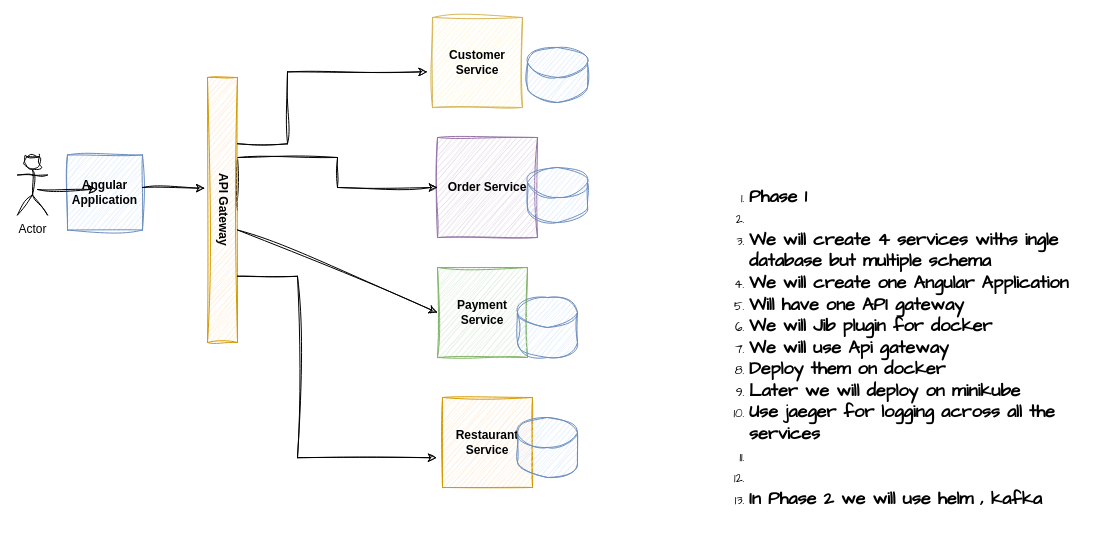
Before: e-commerce.drawio in prakashrungta/streams-demo, a draw.io diagram. Source tidied: cells renumbered, new cells numbered last; positions are measured from the earlier drawing's top-left corner, leaving out a move shared by most shapes. Both pictures are drawn from the tidied source at 100%, with x=0, y=0 at pixel (17, 17).
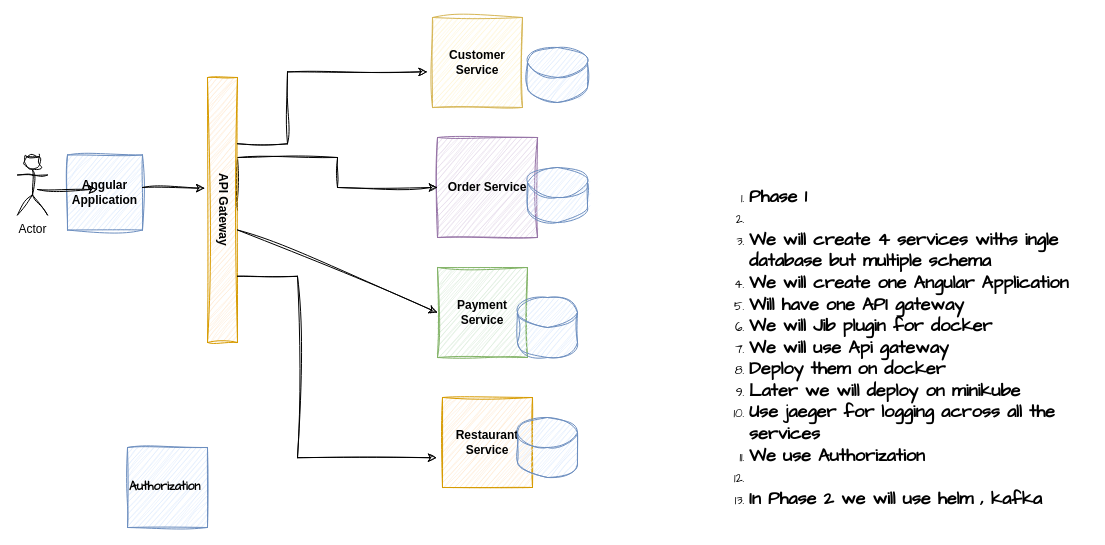
Above is the later version.

Diff of the diagram source:
```diff
@@
-    <mxCell id="19" value="&lt;ol&gt;&lt;li&gt;&lt;b&gt;&lt;font style=&quot;font-size: 18px;&quot;&gt;Phase 1&amp;nbsp;&lt;/font&gt;&lt;/b&gt;&lt;/li&gt;&lt;li&gt;&lt;b style=&quot;background-color: transparent; color: light-dark(rgb(0, 0, 0), rgb(255, 255, 255));&quot;&gt;&lt;font style=&quot;font-size: 18px;&quot;&gt;&lt;br&gt;&lt;/font&gt;&lt;/b&gt;&lt;/li&gt;&lt;li&gt;&lt;b style=&quot;background-color: transparent; color: light-dark(rgb(0, 0, 0), rgb(255, 255, 255));&quot;&gt;&lt;font style=&quot;font-size: 18px;&quot;&gt;We will create 4 services withs ingle database but multiple schema&lt;/font&gt;&lt;/b&gt;&lt;/li&gt;&lt;li&gt;&lt;b&gt;&lt;font style=&quot;font-size: 18px;&quot;&gt;We will create one Angular Application&lt;/font&gt;&lt;/b&gt;&lt;/li&gt;&lt;li&gt;&lt;b&gt;&lt;font style=&quot;font-size: 18px;&quot;&gt;Will have one API gateway&amp;nbsp;&lt;/font&gt;&lt;/b&gt;&lt;/li&gt;&lt;li&gt;&lt;b&gt;&lt;font style=&quot;font-size: 18px;&quot;&gt;We will Jib plugin for docker&lt;/font&gt;&lt;/b&gt;&lt;/li&gt;&lt;li&gt;&lt;b&gt;&lt;font style=&quot;font-size: 18px;&quot;&gt;We will use Api gateway&lt;/font&gt;&lt;/b&gt;&lt;/li&gt;&lt;li&gt;&lt;span style=&quot;font-size: 18px;&quot;&gt;&lt;b&gt;Deploy them on docker&lt;/b&gt;&lt;/span&gt;&lt;/li&gt;&lt;li&gt;&lt;b style=&quot;font-size: 18px; background-color: transparent; color: light-dark(rgb(0, 0, 0), rgb(255, 255, 255));&quot;&gt;Later we will deploy on minikube&lt;/b&gt;&lt;/li&gt;&lt;li&gt;&lt;b style=&quot;font-size: 18px; background-color: transparent; color: light-dark(rgb(0, 0, 0), rgb(255, 255, 255));&quot;&gt;Use jaeger for logging across all the services&lt;/b&gt;&lt;/li&gt;&lt;li&gt;&lt;b style=&quot;font-size: 18px; background-color: transparent; color: light-dark(rgb(0, 0, 0), rgb(255, 255, 255));&quot;&gt;&lt;br&gt;&lt;/b&gt;&lt;/li&gt;&lt;li&gt;&lt;b style=&quot;font-size: 18px; background-color: transparent; color: light-dark(rgb(0, 0, 0), rgb(255, 255, 255));&quot;&gt;&lt;br&gt;&lt;/b&gt;&lt;/li&gt;&lt;li&gt;&lt;b style=&quot;font-size: 18px; background-color: transparent; color: light-dark(rgb(0, 0, 0), rgb(255, 255, 255));&quot;&gt;In Phase 2 we will use helm , kafka&lt;/b&gt;&lt;/li&gt;&lt;/ol&gt;" style="text;html=1;align=left;verticalAlign=middle;whiteSpace=wrap;rounded=0;fontFamily=Architects Daughter;" parent="1" vertex="1">
+    <mxCell id="19" value="&lt;ol&gt;&lt;li&gt;&lt;b&gt;&lt;font style=&quot;font-size: 18px;&quot;&gt;Phase 1&amp;nbsp;&lt;/font&gt;&lt;/b&gt;&lt;/li&gt;&lt;li&gt;&lt;b style=&quot;background-color: transparent; color: light-dark(rgb(0, 0, 0), rgb(255, 255, 255));&quot;&gt;&lt;font style=&quot;font-size: 18px;&quot;&gt;&lt;br&gt;&lt;/font&gt;&lt;/b&gt;&lt;/li&gt;&lt;li&gt;&lt;b style=&quot;background-color: transparent; color: light-dark(rgb(0, 0, 0), rgb(255, 255, 255));&quot;&gt;&lt;font style=&quot;font-size: 18px;&quot;&gt;We will create 4 services withs ingle database but multiple schema&lt;/font&gt;&lt;/b&gt;&lt;/li&gt;&lt;li&gt;&lt;b&gt;&lt;font style=&quot;font-size: 18px;&quot;&gt;We will create one Angular Application&lt;/font&gt;&lt;/b&gt;&lt;/li&gt;&lt;li&gt;&lt;b&gt;&lt;font style=&quot;font-size: 18px;&quot;&gt;Will have one API gateway&amp;nbsp;&lt;/font&gt;&lt;/b&gt;&lt;/li&gt;&lt;li&gt;&lt;b&gt;&lt;font style=&quot;font-size: 18px;&quot;&gt;We will Jib plugin for docker&lt;/font&gt;&lt;/b&gt;&lt;/li&gt;&lt;li&gt;&lt;b&gt;&lt;font style=&quot;font-size: 18px;&quot;&gt;We will use Api gateway&lt;/font&gt;&lt;/b&gt;&lt;/li&gt;&lt;li&gt;&lt;span style=&quot;font-size: 18px;&quot;&gt;&lt;b&gt;Deploy them on docker&lt;/b&gt;&lt;/span&gt;&lt;/li&gt;&lt;li&gt;&lt;b style=&quot;font-size: 18px; background-color: transparent; color: light-dark(rgb(0, 0, 0), rgb(255, 255, 255));&quot;&gt;Later we will deploy on minikube&lt;/b&gt;&lt;/li&gt;&lt;li&gt;&lt;b style=&quot;font-size: 18px; background-color: transparent; color: light-dark(rgb(0, 0, 0), rgb(255, 255, 255));&quot;&gt;Use jaeger for logging across all the services&lt;/b&gt;&lt;/li&gt;&lt;li&gt;&lt;b style=&quot;font-size: 18px; background-color: transparent; color: light-dark(rgb(0, 0, 0), rgb(255, 255, 255));&quot;&gt;We use Authorization&amp;nbsp;&lt;/b&gt;&lt;/li&gt;&lt;li&gt;&lt;b style=&quot;font-size: 18px; background-color: transparent; color: light-dark(rgb(0, 0, 0), rgb(255, 255, 255));&quot;&gt;&lt;br&gt;&lt;/b&gt;&lt;/li&gt;&lt;li&gt;&lt;b style=&quot;font-size: 18px; background-color: transparent; color: light-dark(rgb(0, 0, 0), rgb(255, 255, 255));&quot;&gt;In Phase 2 we will use helm , kafka&lt;/b&gt;&lt;/li&gt;&lt;/ol&gt;" style="text;html=1;align=left;verticalAlign=middle;whiteSpace=wrap;rounded=0;fontFamily=Architects Daughter;" parent="1" vertex="1">
       <mxGeometry x="690" y="160" width="380" height="340" as="geometry" />
     </mxCell>
+    <mxCell id="20" value="&lt;b&gt;Authorization&amp;nbsp;&lt;/b&gt;" style="whiteSpace=wrap;html=1;sketch=1;hachureGap=4;jiggle=2;curveFitting=1;fontFamily=Architects Daughter;fillColor=#dae8fc;strokeColor=#6c8ebf;" parent="1" vertex="1">
+      <mxGeometry x="110" y="430" width="80" height="80" as="geometry" />
+    </mxCell>
```
